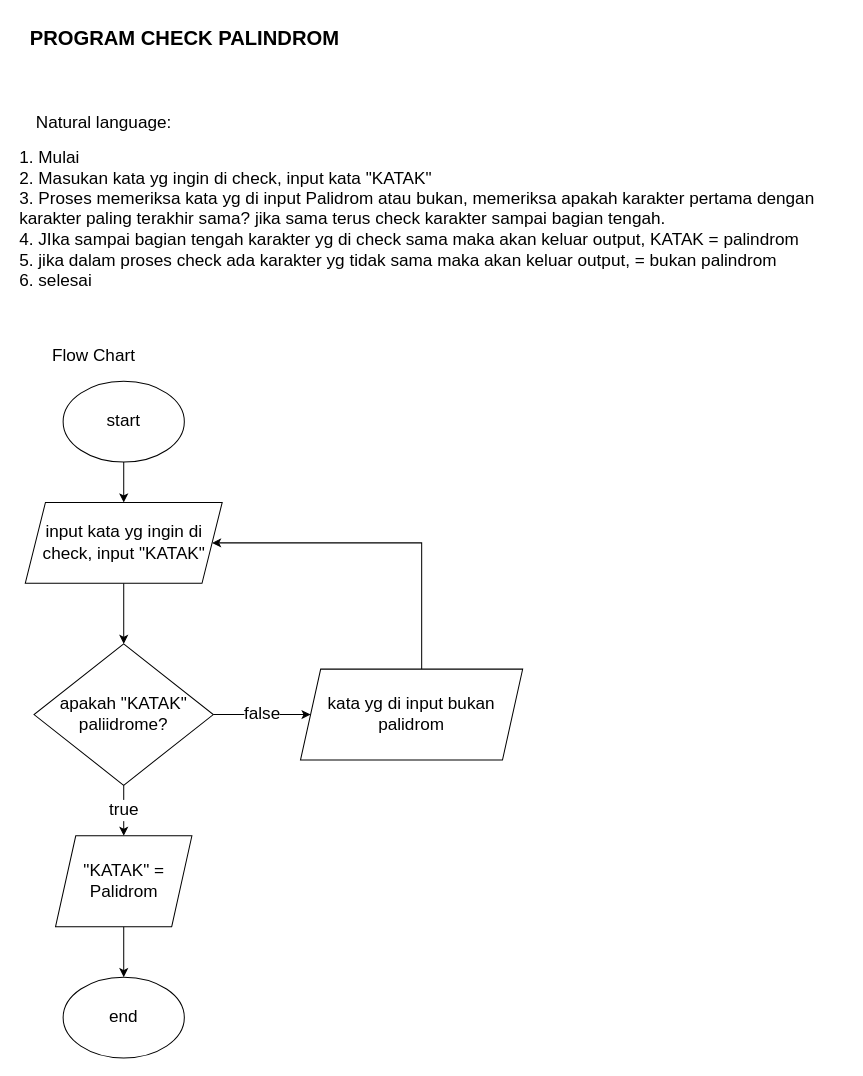
ardazh/fw15-javascript1 keeps this draw.io diagram as page "Palidrome" (1 of 2) of Tugas Week 2.drawio. Above is the earlier version. Source tidied: cells renumbered, new cells numbered last; positions are measured from the earlier drawing's top-left corner, leaving out a move shared by most shapes. Both pictures are drawn from the tidied source at 101%, with x=0, y=0 at pixel (17, 17).
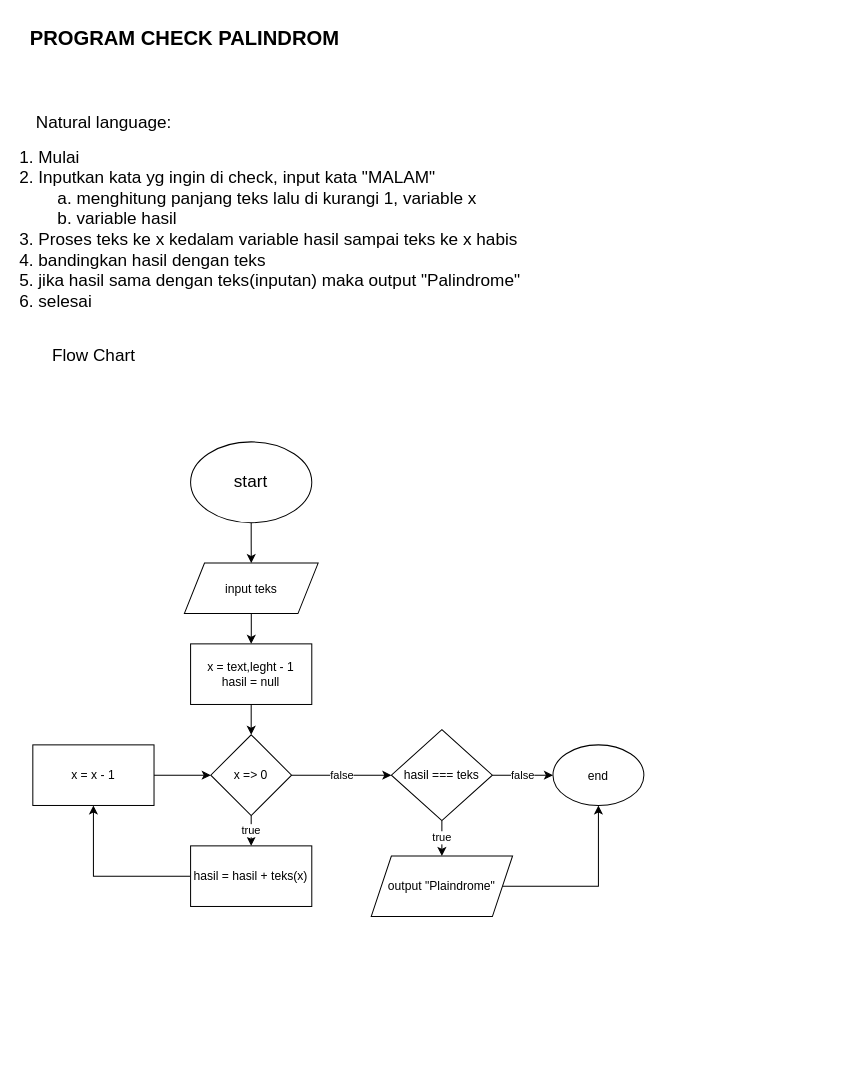
The same page after the edit.

The edit, as a diff of the source:
```diff
@@
-    <mxCell id="4" value="1. Mulai&lt;br&gt;&lt;div style=&quot;&quot;&gt;&lt;span style=&quot;background-color: initial;&quot;&gt;2. Masukan kata yg ingin di check, input kata &quot;KATAK&quot;&lt;/span&gt;&lt;/div&gt;&lt;div style=&quot;&quot;&gt;&lt;span style=&quot;background-color: initial;&quot;&gt;3. Proses memeriksa kata yg di input Palidrom atau bukan, memeriksa apakah karakter pertama dengan&amp;nbsp;&lt;/span&gt;&lt;/div&gt;&lt;div style=&quot;&quot;&gt;&lt;span style=&quot;background-color: initial;&quot;&gt;karakter paling terakhir sama? jika sama terus check karakter sampai bagian tengah.&lt;/span&gt;&lt;/div&gt;&lt;div style=&quot;&quot;&gt;&lt;span style=&quot;background-color: initial;&quot;&gt;4. JIka sampai bagian tengah karakter yg di check sama maka akan keluar output, KATAK = palindrom&lt;/span&gt;&lt;/div&gt;&lt;div style=&quot;&quot;&gt;&lt;span style=&quot;background-color: initial;&quot;&gt;5. jika dalam proses check ada karakter yg tidak sama maka akan keluar output, = bukan palindrom&lt;/span&gt;&lt;/div&gt;&lt;div style=&quot;&quot;&gt;&lt;span style=&quot;background-color: initial;&quot;&gt;6. selesai&amp;nbsp;&lt;/span&gt;&lt;/div&gt;" style="text;html=1;align=left;verticalAlign=middle;strokeColor=none;fillColor=none;fontSize=17;" parent="1" vertex="1">
-      <mxGeometry y="120" width="820" height="160" as="geometry" />
+    <mxCell id="4" value="1. Mulai&lt;br&gt;&lt;div style=&quot;&quot;&gt;&lt;span style=&quot;background-color: initial;&quot;&gt;2. Inputkan kata yg ingin di check, input kata &quot;MALAM&quot;&lt;/span&gt;&lt;/div&gt;&lt;div style=&quot;&quot;&gt;&lt;span style=&quot;background-color: initial;&quot;&gt;&lt;span style=&quot;white-space: pre;&quot;&gt;&#9;&lt;/span&gt;a. menghitung panjang teks lalu di kurangi 1, variable x&lt;br&gt;&lt;/span&gt;&lt;/div&gt;&lt;div style=&quot;&quot;&gt;&lt;span style=&quot;background-color: initial;&quot;&gt;&lt;span style=&quot;white-space: pre;&quot;&gt;&#9;&lt;/span&gt;b. variable hasil&lt;br&gt;&lt;/span&gt;&lt;/div&gt;&lt;div style=&quot;&quot;&gt;3. Proses teks ke x kedalam variable hasil sampai teks ke x habis&lt;/div&gt;&lt;div style=&quot;&quot;&gt;4. bandingkan hasil dengan teks&lt;/div&gt;&lt;div style=&quot;&quot;&gt;5. jika hasil sama dengan teks(inputan) maka output &quot;Palindrome&quot;&lt;/div&gt;&lt;div style=&quot;&quot;&gt;6. selesai&lt;/div&gt;" style="text;html=1;align=left;verticalAlign=middle;strokeColor=none;fillColor=none;fontSize=17;" parent="1" vertex="1">
+      <mxGeometry y="120" width="520" height="180" as="geometry" />
     </mxCell>
@@
     <mxCell id="7" value="start" style="ellipse;whiteSpace=wrap;html=1;fontSize=17;" parent="1" vertex="1">
-      <mxGeometry x="45" y="360" width="120" height="80" as="geometry" />
+      <mxGeometry x="171.2" y="420" width="120" height="80" as="geometry" />
     </mxCell>
-    <mxCell id="8" style="edgeStyle=orthogonalEdgeStyle;rounded=0;jettySize=auto;html=1;fontSize=17;" parent="1" edge="1" source="9" target="12">
-      <mxGeometry relative="1" as="geometry" />
-    </mxCell>
+    <mxCell id="18" style="edgeStyle=orthogonalEdgeStyle;rounded=0;jettySize=auto;html=1;" parent="1" edge="1" source="9" target="20">
+      <mxGeometry relative="1" as="geometry" />
+    </mxCell>
-    <mxCell id="9" value="input kata yg ingin di check, input &quot;KATAK&quot;" style="shape=parallelogram;perimeter=parallelogramPerimeter;whiteSpace=wrap;html=1;fixedSize=1;fontSize=17;" parent="1" vertex="1">
-      <mxGeometry x="7.5" y="480" width="195" height="80" as="geometry" />
+    <mxCell id="9" value="&lt;font style=&quot;font-size: 12px;&quot;&gt;input teks&lt;/font&gt;" style="shape=parallelogram;perimeter=parallelogramPerimeter;whiteSpace=wrap;html=1;fixedSize=1;fontSize=17;" parent="1" vertex="1">
+      <mxGeometry x="165" y="540" width="132.5" height="50" as="geometry" />
     </mxCell>
-    <mxCell id="10" value="true" style="edgeStyle=orthogonalEdgeStyle;rounded=0;jettySize=auto;html=1;fontSize=17;" parent="1" edge="1" source="12" target="14">
-      <mxGeometry relative="1" as="geometry">
-        <Array as="points">
-          <mxPoint x="105" y="785" />
-          <mxPoint x="105" y="785" />
-        </Array>
-      </mxGeometry>
-    </mxCell>
-    <mxCell id="11" value="false" style="edgeStyle=orthogonalEdgeStyle;rounded=0;jettySize=auto;html=1;fontSize=17;" parent="1" edge="1" source="12" target="17">
-      <mxGeometry relative="1" as="geometry" />
-    </mxCell>
-    <mxCell id="12" value="apakah &quot;KATAK&quot; paliidrome?" style="rhombus;whiteSpace=wrap;html=1;fontSize=17;" parent="1" vertex="1">
-      <mxGeometry x="16.2" y="620" width="177.5" height="140" as="geometry" />
-    </mxCell>
-    <mxCell id="13" style="edgeStyle=orthogonalEdgeStyle;rounded=0;jettySize=auto;html=1;fontSize=17;" parent="1" edge="1" source="14" target="15">
-      <mxGeometry relative="1" as="geometry" />
-    </mxCell>
-    <mxCell id="14" value="&quot;KATAK&quot; = Palidrom" style="shape=parallelogram;perimeter=parallelogramPerimeter;whiteSpace=wrap;html=1;fixedSize=1;fontSize=17;" parent="1" vertex="1">
-      <mxGeometry x="37.5" y="810" width="135" height="90" as="geometry" />
-    </mxCell>
-    <mxCell id="15" value="end" style="ellipse;whiteSpace=wrap;html=1;fontSize=17;" parent="1" vertex="1">
-      <mxGeometry x="45" y="950" width="120" height="80" as="geometry" />
+    <mxCell id="15" value="&lt;font style=&quot;font-size: 12px;&quot;&gt;end&lt;/font&gt;" style="ellipse;whiteSpace=wrap;html=1;fontSize=17;" parent="1" vertex="1">
+      <mxGeometry x="530" y="720" width="90" height="60" as="geometry" />
     </mxCell>
-    <mxCell id="16" style="edgeStyle=orthogonalEdgeStyle;rounded=0;jettySize=auto;html=1;entryX=1;entryY=0.5;entryDx=0;entryDy=0;fontSize=17;" parent="1" edge="1" source="17" target="9">
-      <mxGeometry relative="1" as="geometry">
-        <Array as="points">
-          <mxPoint x="400" y="520" />
-        </Array>
-      </mxGeometry>
-    </mxCell>
-    <mxCell id="17" value="kata yg di input bukan palidrom" style="shape=parallelogram;perimeter=parallelogramPerimeter;whiteSpace=wrap;html=1;fixedSize=1;fontSize=17;" parent="1" vertex="1">
-      <mxGeometry x="280" y="645" width="220" height="90" as="geometry" />
-    </mxCell>
+    <mxCell id="19" style="edgeStyle=orthogonalEdgeStyle;rounded=0;jettySize=auto;html=1;" parent="1" edge="1" source="20" target="23">
+      <mxGeometry relative="1" as="geometry" />
+    </mxCell>
+    <mxCell id="20" value="x = text,leght - 1&lt;br&gt;hasil = null" style="rounded=0;whiteSpace=wrap;html=1;" parent="1" vertex="1">
+      <mxGeometry x="171.2" y="620" width="120" height="60" as="geometry" />
+    </mxCell>
+    <mxCell id="21" value="true" style="edgeStyle=orthogonalEdgeStyle;rounded=0;jettySize=auto;html=1;" parent="1" edge="1" source="23" target="25">
+      <mxGeometry relative="1" as="geometry" />
+    </mxCell>
+    <mxCell id="22" value="false" style="edgeStyle=orthogonalEdgeStyle;rounded=0;jettySize=auto;html=1;" parent="1" edge="1" source="23">
+      <mxGeometry relative="1" as="geometry">
+        <mxPoint x="370" y="750" as="targetPoint" />
+      </mxGeometry>
+    </mxCell>
+    <mxCell id="23" value="x =&amp;gt; 0" style="rhombus;whiteSpace=wrap;html=1;" parent="1" vertex="1">
+      <mxGeometry x="191.2" y="710" width="80" height="80" as="geometry" />
+    </mxCell>
+    <mxCell id="24" style="edgeStyle=orthogonalEdgeStyle;rounded=0;jettySize=auto;html=1;entryX=0.5;entryY=1;entryDx=0;entryDy=0;" parent="1" edge="1" source="25" target="27">
+      <mxGeometry relative="1" as="geometry" />
+    </mxCell>
+    <mxCell id="25" value="hasil = hasil + teks(x)" style="rounded=0;whiteSpace=wrap;html=1;" parent="1" vertex="1">
+      <mxGeometry x="171.2" y="820" width="120" height="60" as="geometry" />
+    </mxCell>
+    <mxCell id="26" style="edgeStyle=orthogonalEdgeStyle;rounded=0;jettySize=auto;html=1;" parent="1" edge="1" source="27" target="23">
+      <mxGeometry relative="1" as="geometry" />
+    </mxCell>
+    <mxCell id="27" value="x = x - 1" style="rounded=0;whiteSpace=wrap;html=1;" parent="1" vertex="1">
+      <mxGeometry x="15" y="720" width="120" height="60" as="geometry" />
+    </mxCell>
+    <mxCell id="28" value="true" style="edgeStyle=orthogonalEdgeStyle;rounded=0;jettySize=auto;html=1;" parent="1" edge="1" source="30" target="32">
+      <mxGeometry relative="1" as="geometry" />
+    </mxCell>
+    <mxCell id="29" value="false" style="edgeStyle=orthogonalEdgeStyle;rounded=0;jettySize=auto;html=1;" parent="1" edge="1" source="30" target="15">
+      <mxGeometry relative="1" as="geometry" />
+    </mxCell>
+    <mxCell id="30" value="hasil === teks" style="rhombus;whiteSpace=wrap;html=1;" parent="1" vertex="1">
+      <mxGeometry x="370" y="705" width="100" height="90" as="geometry" />
+    </mxCell>
+    <mxCell id="31" style="edgeStyle=orthogonalEdgeStyle;rounded=0;jettySize=auto;html=1;entryX=0.5;entryY=1;entryDx=0;entryDy=0;" parent="1" edge="1" source="32" target="15">
+      <mxGeometry relative="1" as="geometry" />
+    </mxCell>
+    <mxCell id="32" value="output &quot;Plaindrome&quot;" style="shape=parallelogram;perimeter=parallelogramPerimeter;whiteSpace=wrap;html=1;fixedSize=1;" parent="1" vertex="1">
+      <mxGeometry x="350" y="830" width="140" height="60" as="geometry" />
+    </mxCell>
```
